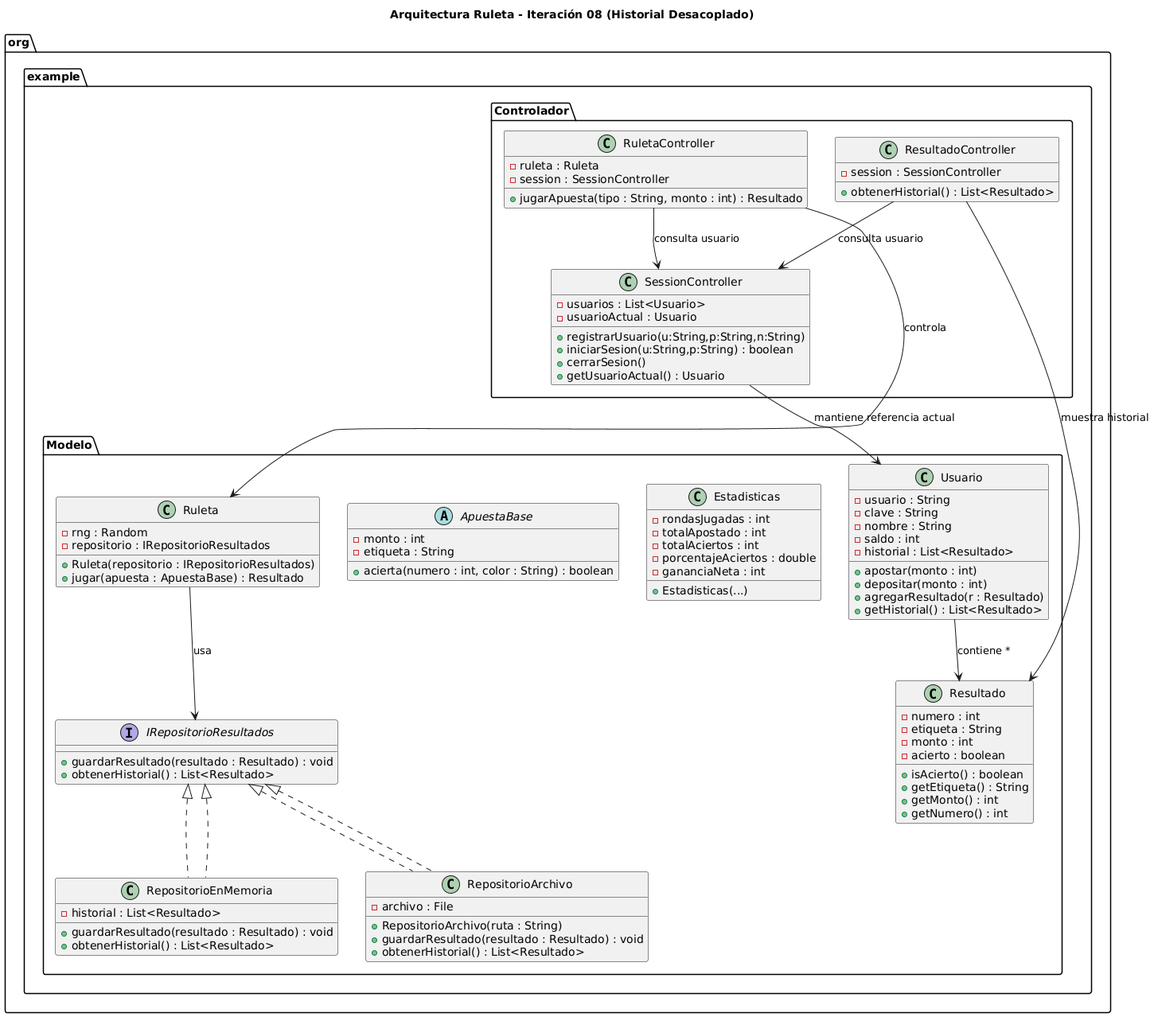
This is plantumlruleta.png from N1c0l4sM0lf1n/Ruleta, a PlantUML export, as it was before one commit.
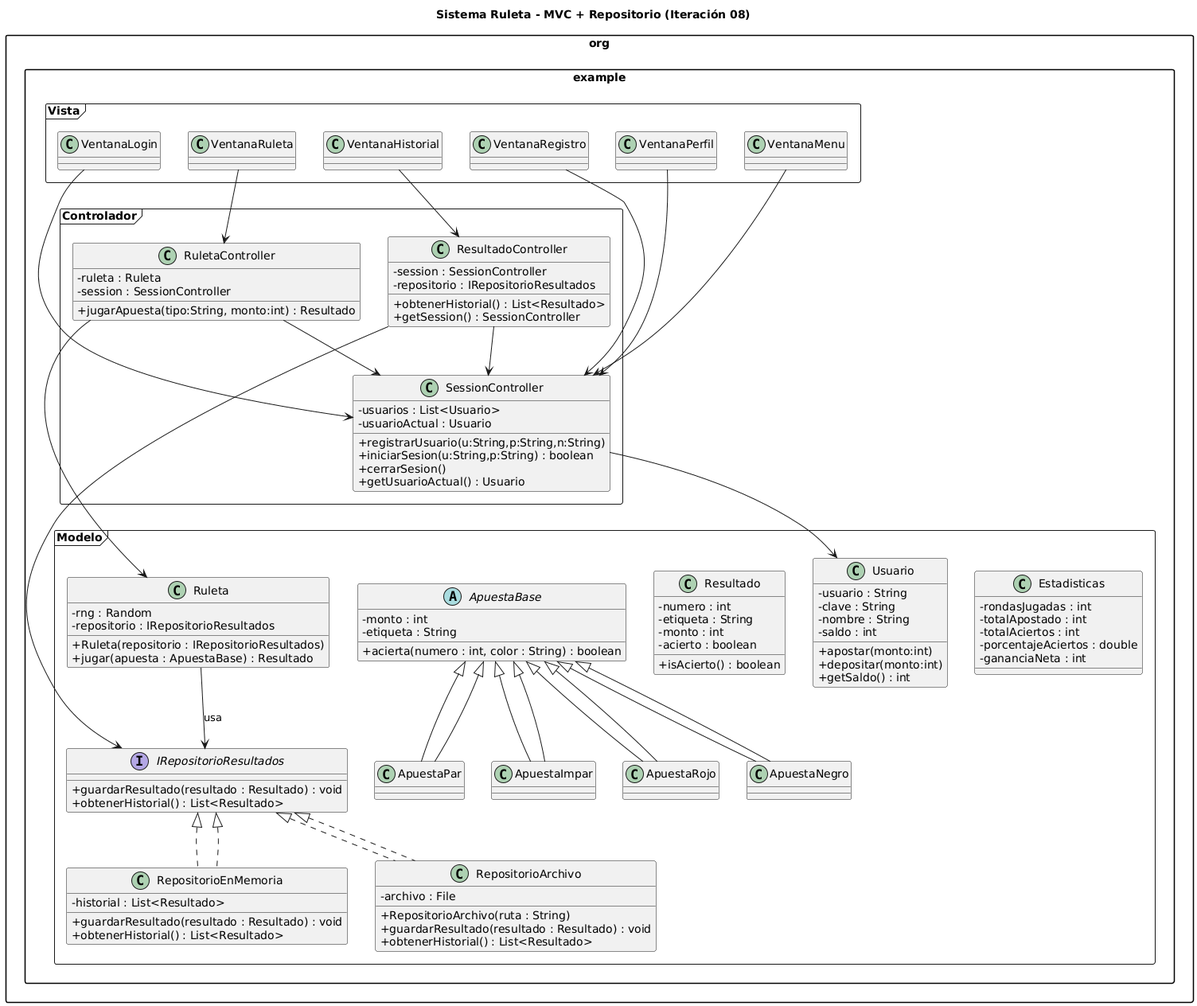
After the commit.

Commit message:
cambio de archivo

The edit, as a diff of the source:
```diff
@@ -1,105 +1,136 @@
 @startuml
-title Arquitectura Ruleta - Iteración 08 (Historial Desacoplado)
+title Sistema Ruleta - MVC + Repositorio (Iteración 08)
 
-package org.example.Modelo {
+skinparam packageStyle rectangle
+skinparam classAttributeIconSize 0
 
-    interface IRepositorioResultados {
-        + guardarResultado(resultado : Resultado) : void
-        + obtenerHistorial() : List<Resultado>
-    }
 
-    class RepositorioEnMemoria implements IRepositorioResultados {
-        - historial : List<Resultado>
-        + guardarResultado(resultado : Resultado) : void
-        + obtenerHistorial() : List<Resultado>
-    }
+package "org.example.Modelo" <<Frame>> {
 
-    class RepositorioArchivo implements IRepositorioResultados {
-        - archivo : File
-        + RepositorioArchivo(ruta : String)
-        + guardarResultado(resultado : Resultado) : void
-        + obtenerHistorial() : List<Resultado>
-    }
-
-    class Ruleta {
-        - rng : Random
-        - repositorio : IRepositorioResultados
-        + Ruleta(repositorio : IRepositorioResultados)
-        + jugar(apuesta : ApuestaBase) : Resultado
-    }
-
-    abstract class ApuestaBase {
-        - monto : int
-        - etiqueta : String
-        + acierta(numero : int, color : String) : boolean
-    }
-
-    class Resultado {
-        - numero : int
-        - etiqueta : String
-        - monto : int
-        - acierto : boolean
-        + isAcierto() : boolean
-        + getEtiqueta() : String
-        + getMonto() : int
-        + getNumero() : int
-    }
-
-    class Estadisticas {
-        - rondasJugadas : int
-        - totalApostado : int
-        - totalAciertos : int
-        - porcentajeAciertos : double
-        - gananciaNeta : int
-        + Estadisticas(...)
-    }
-
-    class Usuario {
-        - usuario : String
-        - clave : String
-        - nombre : String
-        - saldo : int
-        - historial : List<Resultado>
-        + apostar(monto : int)
-        + depositar(monto : int)
-        + agregarResultado(r : Resultado)
-        + getHistorial() : List<Resultado>
-    }
+interface IRepositorioResultados {
+    + guardarResultado(resultado : Resultado) : void
+    + obtenerHistorial() : List<Resultado>
 }
 
-package org.example.Controlador {
+class RepositorioEnMemoria implements IRepositorioResultados {
+    - historial : List<Resultado>
+    + guardarResultado(resultado : Resultado) : void
+    + obtenerHistorial() : List<Resultado>
+}
 
-    class SessionController {
-        - usuarios : List<Usuario>
-        - usuarioActual : Usuario
-        + registrarUsuario(u:String,p:String,n:String)
-        + iniciarSesion(u:String,p:String) : boolean
-        + cerrarSesion()
-        + getUsuarioActual() : Usuario
-    }
+class RepositorioArchivo implements IRepositorioResultados {
+    - archivo : File
+    + RepositorioArchivo(ruta : String)
+    + guardarResultado(resultado : Resultado) : void
+    + obtenerHistorial() : List<Resultado>
+}
 
-    class RuletaController {
-        - ruleta : Ruleta
-        - session : SessionController
-        + jugarApuesta(tipo : String, monto : int) : Resultado
-    }
+class Ruleta {
+    - rng : Random
+    - repositorio : IRepositorioResultados
+    + Ruleta(repositorio : IRepositorioResultados)
+    + jugar(apuesta : ApuestaBase) : Resultado
+}
 
-    class ResultadoController {
-        - session : SessionController
-        + obtenerHistorial() : List<Resultado>
-    }
+abstract class ApuestaBase {
+    - monto : int
+    - etiqueta : String
+    + acierta(numero : int, color : String) : boolean
+}
+
+class ApuestaRojo extends ApuestaBase
+class ApuestaNegro extends ApuestaBase
+class ApuestaPar extends ApuestaBase
+class ApuestaImpar extends ApuestaBase
+
+class Resultado {
+    - numero : int
+    - etiqueta : String
+    - monto : int
+    - acierto : boolean
+    + isAcierto() : boolean
+}
+
+class Usuario {
+    - usuario : String
+    - clave : String
+    - nombre : String
+    - saldo : int
+    + apostar(monto:int)
+    + depositar(monto:int)
+    + getSaldo() : int
+}
+
+class Estadisticas {
+    - rondasJugadas : int
+    - totalApostado : int
+    - totalAciertos : int
+    - porcentajeAciertos : double
+    - gananciaNeta : int
+}
+
 }
 
 IRepositorioResultados <|.. RepositorioEnMemoria
 IRepositorioResultados <|.. RepositorioArchivo
+Ruleta --> IRepositorioResultados : usa
+ApuestaRojo --|> ApuestaBase
+ApuestaNegro --|> ApuestaBase
+ApuestaPar --|> ApuestaBase
+ApuestaImpar --|> ApuestaBase
 
-Ruleta --> IRepositorioResultados : usa
-RuletaController --> Ruleta : controla
-RuletaController --> SessionController : consulta usuario
 
-ResultadoController --> SessionController : consulta usuario
-ResultadoController --> Resultado : muestra historial
 
-Usuario --> Resultado : contiene *
-SessionController --> Usuario : mantiene referencia actual
+package "org.example.Controlador" <<Frame>> {
+
+class SessionController {
+    - usuarios : List<Usuario>
+    - usuarioActual : Usuario
+    + registrarUsuario(u:String,p:String,n:String)
+    + iniciarSesion(u:String,p:String) : boolean
+    + cerrarSesion()
+    + getUsuarioActual() : Usuario
+}
+
+class RuletaController {
+    - ruleta : Ruleta
+    - session : SessionController
+    + jugarApuesta(tipo:String, monto:int) : Resultado
+}
+
+class ResultadoController {
+    - session : SessionController
+    - repositorio : IRepositorioResultados
+    + obtenerHistorial() : List<Resultado>
+    + getSession() : SessionController
+}
+
+}
+
+RuletaController --> Ruleta
+RuletaController --> SessionController
+ResultadoController --> SessionController
+ResultadoController --> IRepositorioResultados
+
+
+
+package "org.example.Vista" <<Frame>> {
+
+class VentanaLogin
+class VentanaRegistro
+class VentanaMenu
+class VentanaPerfil
+class VentanaRuleta
+class VentanaHistorial
+
+}
+
+VentanaLogin --> SessionController
+VentanaRegistro --> SessionController
+VentanaMenu --> SessionController
+VentanaPerfil --> SessionController
+VentanaRuleta --> RuletaController
+VentanaHistorial --> ResultadoController
+
+SessionController --> Usuario
 @enduml
```
